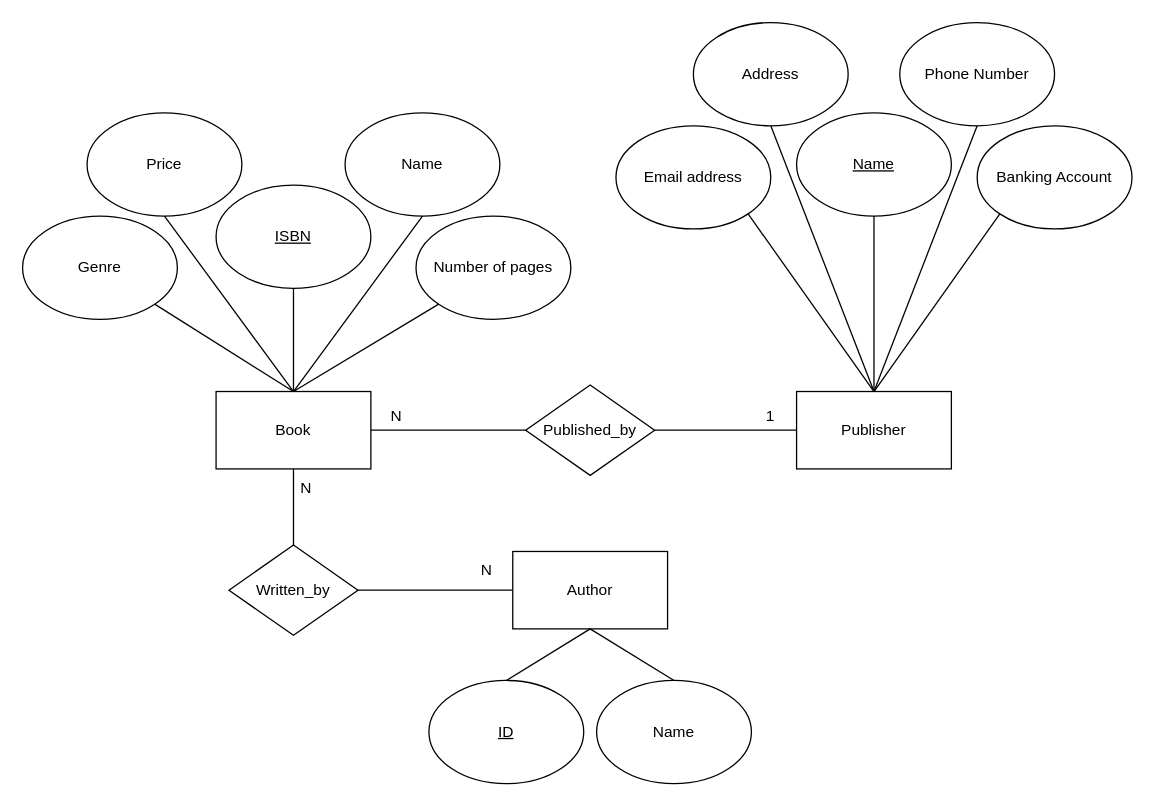
This is BookStoreER.drawio from Dylanhism/BookStore, a draw.io file, before an edit. Source tidied: cells renumbered, new cells numbered last; positions are measured from the earlier drawing's top-left corner, leaving out a move shared by most shapes. Both pictures are drawn from the tidied source at 129%, with x=0, y=0 at pixel (22, 22).
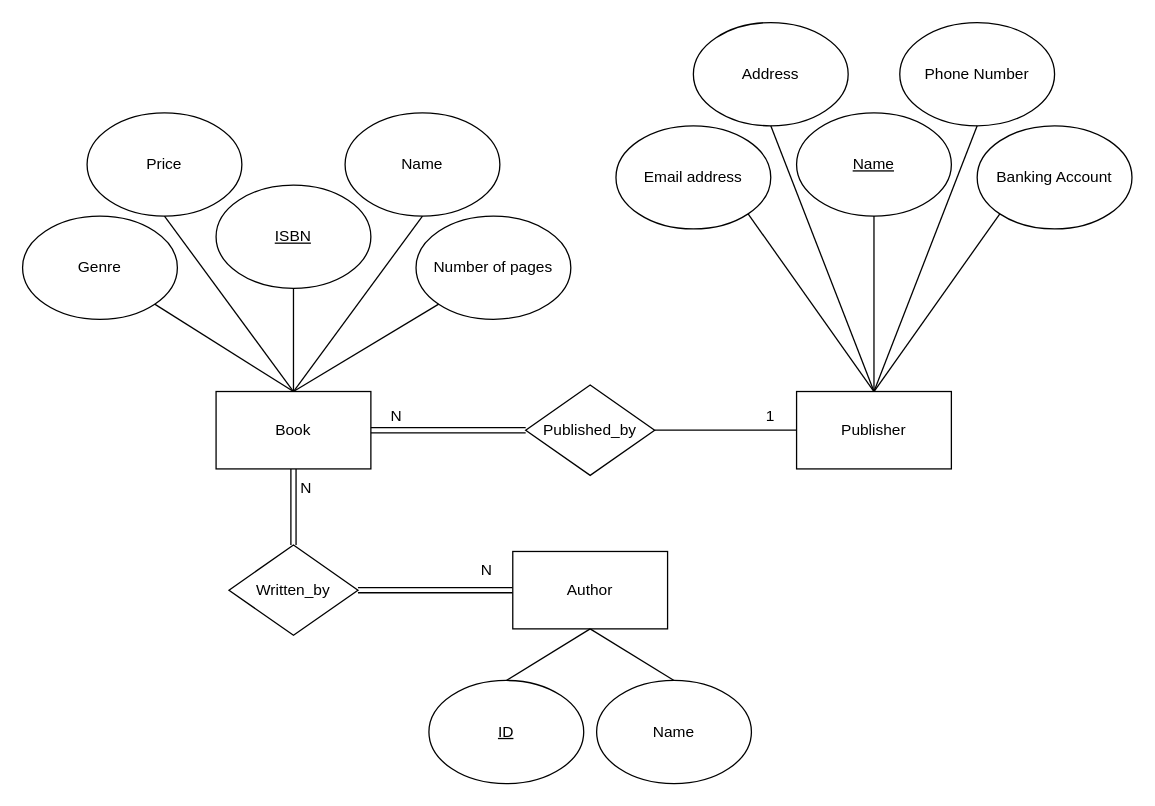
The same diagram, later.

The change refers to these unchanged cells:
```xml
<mxCell id="2" value="Written_by" style="rhombus;whiteSpace=wrap;html=1;" parent="1" vertex="1">
  <mxGeometry x="160" y="405" width="100" height="70" as="geometry" />
</mxCell>
<mxCell id="3" value="Book" style="rounded=0;whiteSpace=wrap;html=1;" parent="1" vertex="1">
  <mxGeometry x="150" y="286" width="120" height="60" as="geometry" />
</mxCell>
<mxCell id="8" value="Author" style="rounded=0;whiteSpace=wrap;html=1;" parent="1" vertex="1">
  <mxGeometry x="380" y="410" width="120" height="60" as="geometry" />
</mxCell>
<mxCell id="17" value="Published_by" style="rhombus;whiteSpace=wrap;html=1;" parent="1" vertex="1">
  <mxGeometry x="390" y="281" width="100" height="70" as="geometry" />
</mxCell>
```

The edit, as a diff of the source:
```diff
@@
-    <mxCell id="6" style="endArrow=none;html=1;rounded=0;exitX=0.5;exitY=0;exitDx=0;exitDy=0;entryX=0.5;entryY=1;entryDx=0;entryDy=0;" parent="1" edge="1" source="2" target="3">
+    <mxCell id="6" style="endArrow=none;html=1;rounded=0;exitX=0.5;exitY=0;exitDx=0;exitDy=0;entryX=0.5;entryY=1;entryDx=0;entryDy=0;strokeColor=default;shape=link;" parent="1" edge="1" source="2" target="3">
       <mxGeometry relative="1" as="geometry" />
     </mxCell>
-    <mxCell id="7" style="endArrow=none;html=1;rounded=0;entryX=1;entryY=0.5;entryDx=0;entryDy=0;exitX=0;exitY=0.5;exitDx=0;exitDy=0;" parent="1" edge="1" source="8" target="2">
+    <mxCell id="7" style="endArrow=none;html=1;rounded=0;entryX=1;entryY=0.5;entryDx=0;entryDy=0;exitX=0;exitY=0.5;exitDx=0;exitDy=0;shape=link;" parent="1" edge="1" source="8" target="2">
       <mxGeometry relative="1" as="geometry" />
     </mxCell>
@@
-    <mxCell id="20" style="endArrow=none;html=1;rounded=0;entryX=1;entryY=0.5;entryDx=0;entryDy=0;exitX=0;exitY=0.5;exitDx=0;exitDy=0;" parent="1" edge="1" source="17" target="3">
+    <mxCell id="20" style="endArrow=none;html=1;rounded=0;entryX=1;entryY=0.5;entryDx=0;entryDy=0;exitX=0;exitY=0.5;exitDx=0;exitDy=0;shape=link;" parent="1" edge="1" source="17" target="3">
       <mxGeometry relative="1" as="geometry" />
     </mxCell>
```
